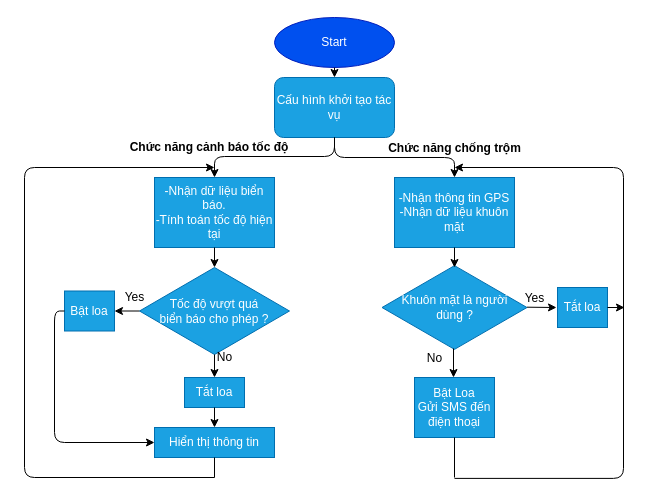
Before: page "Page-3" (3 of 3) of Untitled 1Diagram.drawio in truongvanthinh/AutonomousCar, a draw.io diagram. Source tidied: cells renumbered, new cells numbered last; positions are measured from the earlier drawing's top-left corner, leaving out a move shared by most shapes. Both pictures are drawn from the tidied source at 100%, with x=0, y=0 at pixel (24, 17).
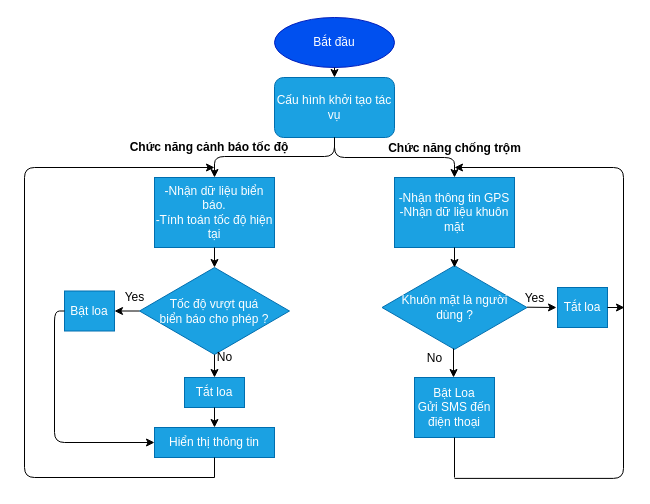
The same page after the edit.

Diff of the diagram source:
```diff
@@
-    <mxCell id="2" value="Start" style="ellipse;whiteSpace=wrap;html=1;fillColor=#0050ef;strokeColor=#001DBC;fontColor=#ffffff;" parent="1" vertex="1">
+    <mxCell id="2" value="Bắt đầu" style="ellipse;whiteSpace=wrap;html=1;fillColor=#0050ef;strokeColor=#001DBC;fontColor=#ffffff;" parent="1" vertex="1">
       <mxGeometry x="250" width="120" height="50" as="geometry" />
     </mxCell>
```
